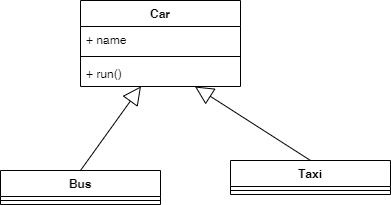
The draw.io diagram 设计模式/figure/UML.drawio.png in hantwofish/recode, before a commit. Source tidied: cells renumbered, new cells last; positions are measured from the earlier drawing's top-left corner, leaving out a move shared by most shapes. Its diagram source:
```xml
<mxGraphModel>
  <root>
    <mxCell id="0" />
    <mxCell id="1" parent="0" />
    <mxCell id="2" value="Car" style="swimlane;fontStyle=1;align=center;verticalAlign=top;horizontal=1;startSize=26;" parent="1" vertex="1">
      <mxGeometry x="80" width="160" height="86" as="geometry" />
    </mxCell>
    <mxCell id="3" value="+ name" style="text;strokeColor=none;fillColor=none;align=left;verticalAlign=top;spacingLeft=4;spacingRight=4;overflow=hidden;" parent="2" vertex="1">
      <mxGeometry y="26" width="160" height="26" as="geometry" />
    </mxCell>
    <mxCell id="4" style="line;strokeWidth=1;fillColor=none;align=left;verticalAlign=middle;spacingTop=-1;spacingLeft=3;spacingRight=3;labelPosition=right;" parent="2" vertex="1">
      <mxGeometry y="52" width="160" height="8" as="geometry" />
    </mxCell>
    <mxCell id="5" value="+ run()" style="text;strokeColor=none;fillColor=none;align=left;verticalAlign=top;spacingLeft=4;spacingRight=4;overflow=hidden;points=[[0,0.5],[1,0.5]];portConstraint=eastwest;" parent="2" vertex="1">
      <mxGeometry y="60" width="160" height="26" as="geometry" />
    </mxCell>
    <mxCell id="6" value="Bus" style="swimlane;fontStyle=1;align=center;verticalAlign=top;horizontal=1;startSize=26;" parent="1" vertex="1">
      <mxGeometry y="170" width="160" height="34" as="geometry" />
    </mxCell>
    <mxCell id="7" style="line;strokeWidth=1;fillColor=none;align=left;verticalAlign=middle;spacingTop=-1;spacingLeft=3;spacingRight=3;labelPosition=right;" parent="6" vertex="1">
      <mxGeometry y="26" width="160" height="8" as="geometry" />
    </mxCell>
    <mxCell id="8" value="Taxi" style="swimlane;fontStyle=1;align=center;verticalAlign=top;horizontal=1;startSize=26;" parent="1" vertex="1">
      <mxGeometry x="230" y="160" width="160" height="34" as="geometry" />
    </mxCell>
    <mxCell id="9" style="line;strokeWidth=1;fillColor=none;align=left;verticalAlign=middle;spacingTop=-1;spacingLeft=3;spacingRight=3;labelPosition=right;" parent="8" vertex="1">
      <mxGeometry y="26" width="160" height="8" as="geometry" />
    </mxCell>
    <mxCell id="10" style="endArrow=block;endSize=16;endFill=0;html=1;exitX=0.5;exitY=0;exitDx=0;exitDy=0;entryX=0.378;entryY=0.995;entryDx=0;entryDy=0;entryPerimeter=0;" parent="1" edge="1" source="6" target="5">
      <mxGeometry relative="1" as="geometry" />
    </mxCell>
    <mxCell id="11" style="endArrow=block;endSize=16;endFill=0;html=1;exitX=0.5;exitY=0;exitDx=0;exitDy=0;entryX=0.278;entryY=1.126;entryDx=0;entryDy=0;entryPerimeter=0;" parent="1" edge="1" source="8">
      <mxGeometry relative="1" as="geometry">
        <mxPoint x="194.5" y="86" as="targetPoint" />
      </mxGeometry>
    </mxCell>
  </root>
</mxGraphModel>
```
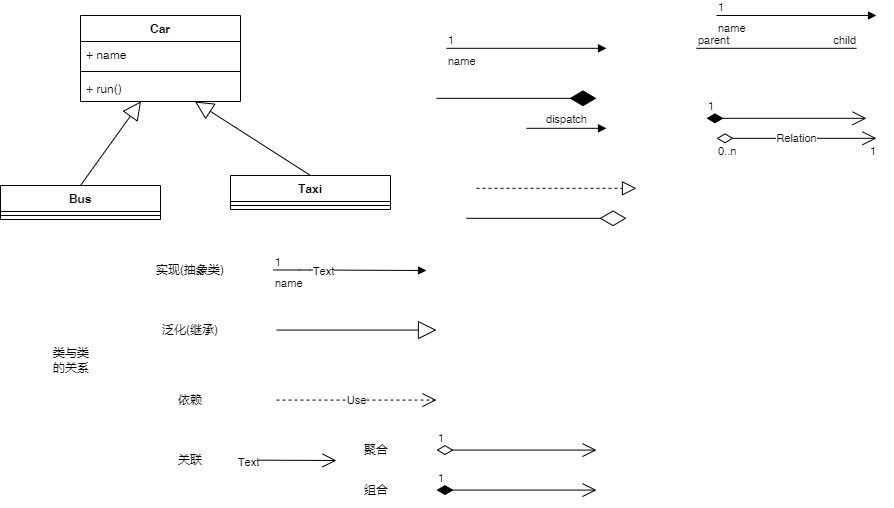
After the commit.

What changed in the source:
```diff
@@ -1,8 +1,8 @@
-<mxGraphModel>
+<mxGraphModel background="#ffffff">
   <root>
     <mxCell id="0" />
     <mxCell id="1" parent="0" />
-    <mxCell id="2" value="Car" style="swimlane;fontStyle=1;align=center;verticalAlign=top;horizontal=1;startSize=26;" parent="1" vertex="1">
+    <mxCell id="2" value="Car" style="swimlane;fontStyle=1;align=center;verticalAlign=middle;horizontal=1;startSize=26;" parent="1" vertex="1">
       <mxGeometry x="80" width="160" height="86" as="geometry" />
     </mxCell>
     <mxCell id="3" value="+ name" style="text;strokeColor=none;fillColor=none;align=left;verticalAlign=top;spacingLeft=4;spacingRight=4;overflow=hidden;" parent="2" vertex="1">
@@ -34,5 +34,150 @@
         <mxPoint x="194.5" y="86" as="targetPoint" />
       </mxGeometry>
     </mxCell>
+    <mxCell id="12" value="name" style="endArrow=block;endFill=1;html=1;edgeStyle=orthogonalEdgeStyle;align=left;verticalAlign=top;" parent="1" edge="1">
+      <mxGeometry x="-1" relative="1" as="geometry">
+        <mxPoint x="716" as="sourcePoint" />
+        <mxPoint x="876" as="targetPoint" />
+      </mxGeometry>
+    </mxCell>
+    <mxCell id="13" value="1" style="edgeLabel;html=1;align=left;verticalAlign=bottom;" parent="12" vertex="1">
+      <mxGeometry x="-1" relative="1" as="geometry" />
+    </mxCell>
+    <mxCell id="14" value="dispatch" style="html=1;verticalAlign=bottom;endArrow=block;" parent="1" edge="1">
+      <mxGeometry relative="1" as="geometry">
+        <mxPoint x="526" y="112.8" as="sourcePoint" />
+        <mxPoint x="606" y="112.8" as="targetPoint" />
+      </mxGeometry>
+    </mxCell>
+    <mxCell id="15" value="name" style="endArrow=block;endFill=1;html=1;edgeStyle=orthogonalEdgeStyle;align=left;verticalAlign=top;" parent="1" edge="1">
+      <mxGeometry x="-1" relative="1" as="geometry">
+        <mxPoint x="446" y="32.8" as="sourcePoint" />
+        <mxPoint x="606" y="32.8" as="targetPoint" />
+      </mxGeometry>
+    </mxCell>
+    <mxCell id="16" value="1" style="edgeLabel;html=1;align=left;verticalAlign=bottom;" parent="15" vertex="1">
+      <mxGeometry x="-1" relative="1" as="geometry" />
+    </mxCell>
+    <mxCell id="17" style="endArrow=none;html=1;edgeStyle=orthogonalEdgeStyle;" parent="1" edge="1">
+      <mxGeometry relative="1" as="geometry">
+        <mxPoint x="696" y="32.8" as="sourcePoint" />
+        <mxPoint x="856" y="32.8" as="targetPoint" />
+      </mxGeometry>
+    </mxCell>
+    <mxCell id="18" value="parent" style="edgeLabel;html=1;align=left;verticalAlign=bottom;" parent="17" vertex="1">
+      <mxGeometry x="-1" relative="1" as="geometry" />
+    </mxCell>
+    <mxCell id="19" value="child" style="edgeLabel;html=1;align=right;verticalAlign=bottom;" parent="17" vertex="1">
+      <mxGeometry x="1" relative="1" as="geometry" />
+    </mxCell>
+    <mxCell id="20" value="1" style="endArrow=open;html=1;endSize=12;startArrow=diamondThin;startSize=14;startFill=1;edgeStyle=orthogonalEdgeStyle;align=left;verticalAlign=bottom;" parent="1" edge="1">
+      <mxGeometry x="-1" y="3" relative="1" as="geometry">
+        <mxPoint x="706" y="102.8" as="sourcePoint" />
+        <mxPoint x="866" y="102.8" as="targetPoint" />
+      </mxGeometry>
+    </mxCell>
+    <mxCell id="21" value="Relation" style="endArrow=open;html=1;endSize=12;startArrow=diamondThin;startSize=14;startFill=0;edgeStyle=orthogonalEdgeStyle;" parent="1" edge="1">
+      <mxGeometry relative="1" as="geometry">
+        <mxPoint x="716" y="122.8" as="sourcePoint" />
+        <mxPoint x="876" y="122.8" as="targetPoint" />
+      </mxGeometry>
+    </mxCell>
+    <mxCell id="22" value="0..n" style="edgeLabel;html=1;align=left;verticalAlign=top;" parent="21" vertex="1">
+      <mxGeometry x="-1" relative="1" as="geometry" />
+    </mxCell>
+    <mxCell id="23" value="1" style="edgeLabel;html=1;align=right;verticalAlign=top;" parent="21" vertex="1">
+      <mxGeometry x="1" relative="1" as="geometry" />
+    </mxCell>
+    <mxCell id="24" style="endArrow=block;dashed=1;endFill=0;endSize=12;html=1;" parent="1" edge="1">
+      <mxGeometry relative="1" as="geometry">
+        <mxPoint x="476" y="172.8" as="sourcePoint" />
+        <mxPoint x="636" y="172.8" as="targetPoint" />
+      </mxGeometry>
+    </mxCell>
+    <mxCell id="25" style="endArrow=diamondThin;endFill=0;endSize=24;html=1;" parent="1" edge="1">
+      <mxGeometry relative="1" as="geometry">
+        <mxPoint x="466" y="202.8" as="sourcePoint" />
+        <mxPoint x="626" y="202.8" as="targetPoint" />
+      </mxGeometry>
+    </mxCell>
+    <mxCell id="26" style="endArrow=diamondThin;endFill=1;endSize=24;html=1;" parent="1" edge="1">
+      <mxGeometry relative="1" as="geometry">
+        <mxPoint x="436" y="82.8" as="sourcePoint" />
+        <mxPoint x="596" y="82.8" as="targetPoint" />
+      </mxGeometry>
+    </mxCell>
+    <mxCell id="27" style="group;" parent="1" vertex="1">
+      <mxGeometry x="26" y="240" width="570" height="250" as="geometry" />
+    </mxCell>
+    <mxCell id="28" value="1" style="endArrow=open;html=1;endSize=12;startArrow=diamondThin;startSize=14;startFill=0;edgeStyle=orthogonalEdgeStyle;align=left;verticalAlign=bottom;" parent="27" edge="1">
+      <mxGeometry x="-1" y="3" relative="1" as="geometry">
+        <mxPoint x="410" y="194.6" as="sourcePoint" />
+        <mxPoint x="570" y="194.6" as="targetPoint" />
+      </mxGeometry>
+    </mxCell>
+    <mxCell id="29" value="1" style="endArrow=open;html=1;endSize=12;startArrow=diamondThin;startSize=14;startFill=1;edgeStyle=orthogonalEdgeStyle;align=left;verticalAlign=bottom;" parent="27" edge="1">
+      <mxGeometry x="-1" y="3" relative="1" as="geometry">
+        <mxPoint x="410" y="234.6" as="sourcePoint" />
+        <mxPoint x="570" y="234.6" as="targetPoint" />
+      </mxGeometry>
+    </mxCell>
+    <mxCell id="30" value="Use" style="endArrow=open;endSize=12;dashed=1;html=1;" parent="27" edge="1">
+      <mxGeometry relative="1" as="geometry">
+        <mxPoint x="250" y="144.6" as="sourcePoint" />
+        <mxPoint x="410" y="144.6" as="targetPoint" />
+      </mxGeometry>
+    </mxCell>
+    <mxCell id="31" style="endArrow=block;endSize=16;endFill=0;html=1;" parent="27" edge="1">
+      <mxGeometry relative="1" as="geometry">
+        <mxPoint x="250" y="74.6" as="sourcePoint" />
+        <mxPoint x="410" y="74.6" as="targetPoint" />
+      </mxGeometry>
+    </mxCell>
+    <mxCell id="32" style="endArrow=open;endFill=1;endSize=12;html=1;" parent="27" edge="1">
+      <mxGeometry relative="1" as="geometry">
+        <mxPoint x="214" y="204.6" as="sourcePoint" />
+        <mxPoint x="310" y="205" as="targetPoint" />
+      </mxGeometry>
+    </mxCell>
+    <mxCell id="33" value="Text" style="edgeLabel;html=1;align=center;verticalAlign=middle;" parent="32" vertex="1">
+      <mxGeometry x="-0.84" y="-2" relative="1" as="geometry" />
+    </mxCell>
+    <mxCell id="34" value="类与类&lt;br&gt;的关系" style="text;html=1;strokeColor=none;fillColor=none;align=center;verticalAlign=middle;whiteSpace=wrap;rounded=0;" parent="27" vertex="1">
+      <mxGeometry y="90" width="90" height="30" as="geometry" />
+    </mxCell>
+    <mxCell id="35" value="实现(抽象类)" style="text;html=1;strokeColor=none;fillColor=none;align=center;verticalAlign=middle;whiteSpace=wrap;rounded=0;" parent="27" vertex="1">
+      <mxGeometry x="111" width="106" height="30" as="geometry" />
+    </mxCell>
+    <mxCell id="36" value="泛化(继承)" style="text;html=1;strokeColor=none;fillColor=none;align=center;verticalAlign=middle;whiteSpace=wrap;rounded=0;" parent="27" vertex="1">
+      <mxGeometry x="134" y="60" width="60" height="30" as="geometry" />
+    </mxCell>
+    <mxCell id="37" value="依赖" style="text;html=1;strokeColor=none;fillColor=none;align=center;verticalAlign=middle;whiteSpace=wrap;rounded=0;" parent="27" vertex="1">
+      <mxGeometry x="134" y="130" width="60" height="30" as="geometry" />
+    </mxCell>
+    <mxCell id="38" value="关联" style="text;html=1;strokeColor=none;fillColor=none;align=center;verticalAlign=middle;whiteSpace=wrap;rounded=0;" parent="27" vertex="1">
+      <mxGeometry x="134" y="190" width="60" height="30" as="geometry" />
+    </mxCell>
+    <mxCell id="39" value="聚合" style="text;html=1;strokeColor=none;fillColor=none;align=center;verticalAlign=middle;whiteSpace=wrap;rounded=0;" parent="27" vertex="1">
+      <mxGeometry x="320" y="180" width="60" height="30" as="geometry" />
+    </mxCell>
+    <mxCell id="40" value="组合" style="text;html=1;strokeColor=none;fillColor=none;align=center;verticalAlign=middle;whiteSpace=wrap;rounded=0;" parent="27" vertex="1">
+      <mxGeometry x="320" y="220" width="60" height="30" as="geometry" />
+    </mxCell>
+    <mxCell id="41" value="name" style="endArrow=block;endFill=1;html=1;edgeStyle=orthogonalEdgeStyle;align=left;verticalAlign=top;" parent="27" edge="1">
+      <mxGeometry x="-1" relative="1" as="geometry">
+        <mxPoint x="247" y="14.5" as="sourcePoint" />
+        <mxPoint x="400" y="15" as="targetPoint" />
+        <Array as="points">
+          <mxPoint x="283" y="15" />
+          <mxPoint x="283" y="15" />
+        </Array>
+      </mxGeometry>
+    </mxCell>
+    <mxCell id="42" value="1" style="edgeLabel;html=1;align=left;verticalAlign=bottom;" parent="41" vertex="1">
+      <mxGeometry x="-1" relative="1" as="geometry" />
+    </mxCell>
+    <mxCell id="43" value="Text" style="edgeLabel;html=1;align=center;verticalAlign=middle;" parent="41" vertex="1">
+      <mxGeometry x="-0.35" y="-1" relative="1" as="geometry" />
+    </mxCell>
   </root>
 </mxGraphModel>
```
